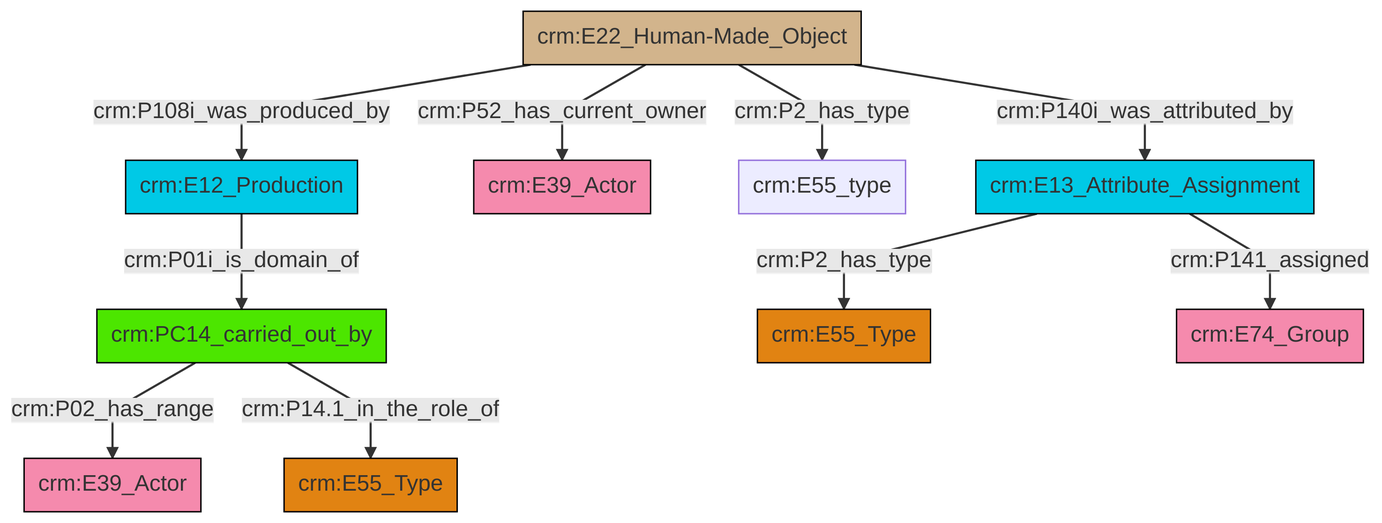
Earlier version of the Mermaid export et/builtWorkCSV/ttl/mmd/png/Built_Work_actor_relations.png (ncarboni/srdm). Its source is kept beside it as et/builtWorkCSV/ttl/mmd/Built_Work_actor_relations.ttl.mmd.
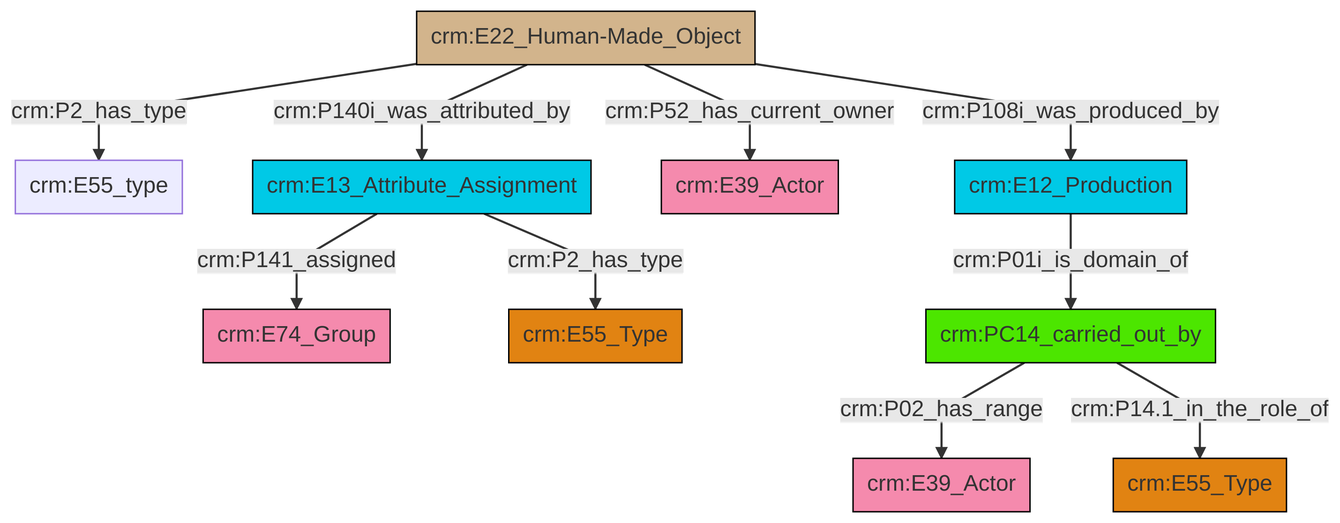
The same file after the commit.

The edit, as a diff of the source:
```diff
@@ -13,12 +13,12 @@
 classDef PC_Classes fill:#4ce600, stroke:#000000;
 classDef Multi fill:#cccccc,stroke:#000000;
 
-2["crm:PC14_carried_out_by"]:::PC_Classes -->|crm:P02_has_range| 3["crm:E39_Actor"]:::Actor
-0["crm:E13_Attribute_Assignment"]:::Temporal_Entity -->|crm:P141_assigned| 7["crm:E74_Group"]:::Actor
-8["crm:E22_Human-Made_Object"]:::Physical_Thing -->|crm:P140i_was_attributed_by| 0["crm:E13_Attribute_Assignment"]:::Temporal_Entity
-2["crm:PC14_carried_out_by"]:::PC_Classes -->|crm:P14.1_in_the_role_of| 11["crm:E55_Type"]:::Type
-8["crm:E22_Human-Made_Object"]:::Physical_Thing -->|crm:P108i_was_produced_by| 17["crm:E12_Production"]:::Temporal_Entity
-8["crm:E22_Human-Made_Object"]:::Physical_Thing -->|crm:P52_has_current_owner| 9["crm:E39_Actor"]:::Actor
-0["crm:E13_Attribute_Assignment"]:::Temporal_Entity -->|crm:P2_has_type| 4["crm:E55_Type"]:::Type
-17["crm:E12_Production"]:::Temporal_Entity -->|crm:P01i_is_domain_of| 2["crm:PC14_carried_out_by"]:::PC_Classes
-8["crm:E22_Human-Made_Object"]:::Physical_Thing -->|crm:P2_has_type| 14["crm:E55_type"]:::Default
+0["crm:E22_Human-Made_Object"]:::Physical_Thing -->|crm:P2_has_type| 1["crm:E55_type"]:::Default
+0["crm:E22_Human-Made_Object"]:::Physical_Thing -->|crm:P52_has_current_owner| 4["crm:E39_Actor"]:::Actor
+2["crm:E13_Attribute_Assignment"]:::Temporal_Entity -->|crm:P141_assigned| 7["crm:E74_Group"]:::Actor
+2["crm:E13_Attribute_Assignment"]:::Temporal_Entity -->|crm:P2_has_type| 8["crm:E55_Type"]:::Type
+0["crm:E22_Human-Made_Object"]:::Physical_Thing -->|crm:P140i_was_attributed_by| 2["crm:E13_Attribute_Assignment"]:::Temporal_Entity
+10["crm:E12_Production"]:::Temporal_Entity -->|crm:P01i_is_domain_of| 14["crm:PC14_carried_out_by"]:::PC_Classes
+0["crm:E22_Human-Made_Object"]:::Physical_Thing -->|crm:P108i_was_produced_by| 10["crm:E12_Production"]:::Temporal_Entity
+14["crm:PC14_carried_out_by"]:::PC_Classes -->|crm:P02_has_range| 5["crm:E39_Actor"]:::Actor
+14["crm:PC14_carried_out_by"]:::PC_Classes -->|crm:P14.1_in_the_role_of| 16["crm:E55_Type"]:::Type
```
